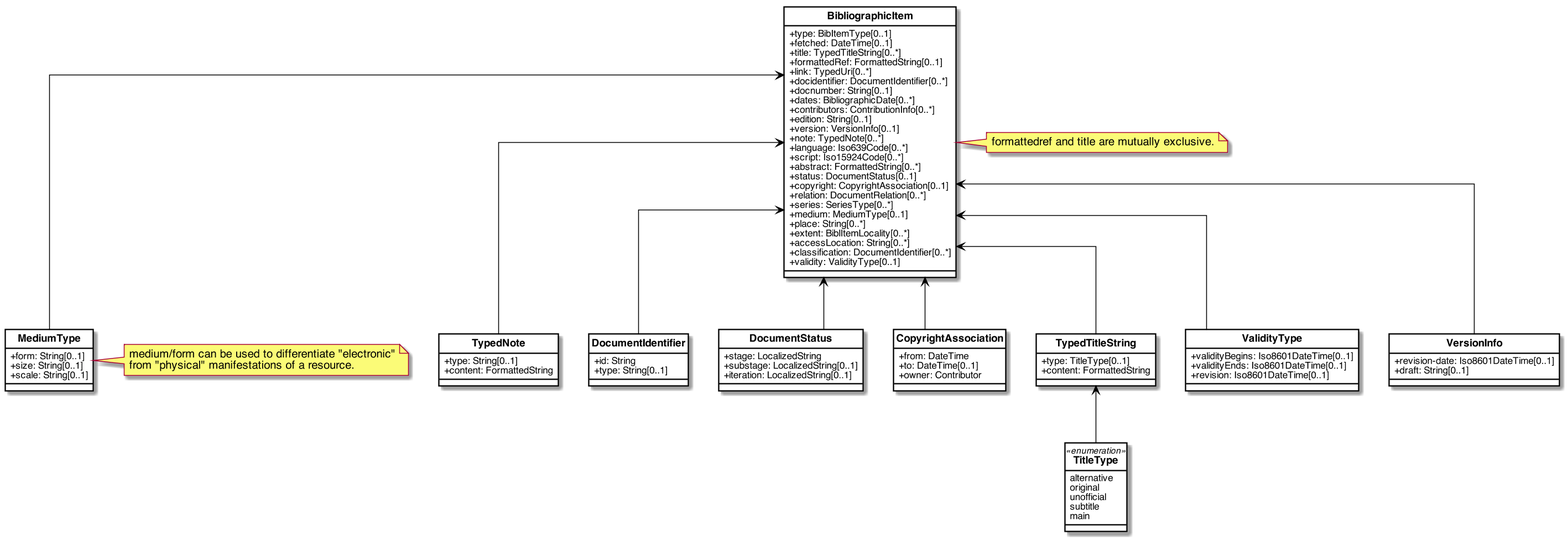
Before: images/RelBib_BibliographicItem.png, a diagram exported from PlantUML (relaton/relaton-models).
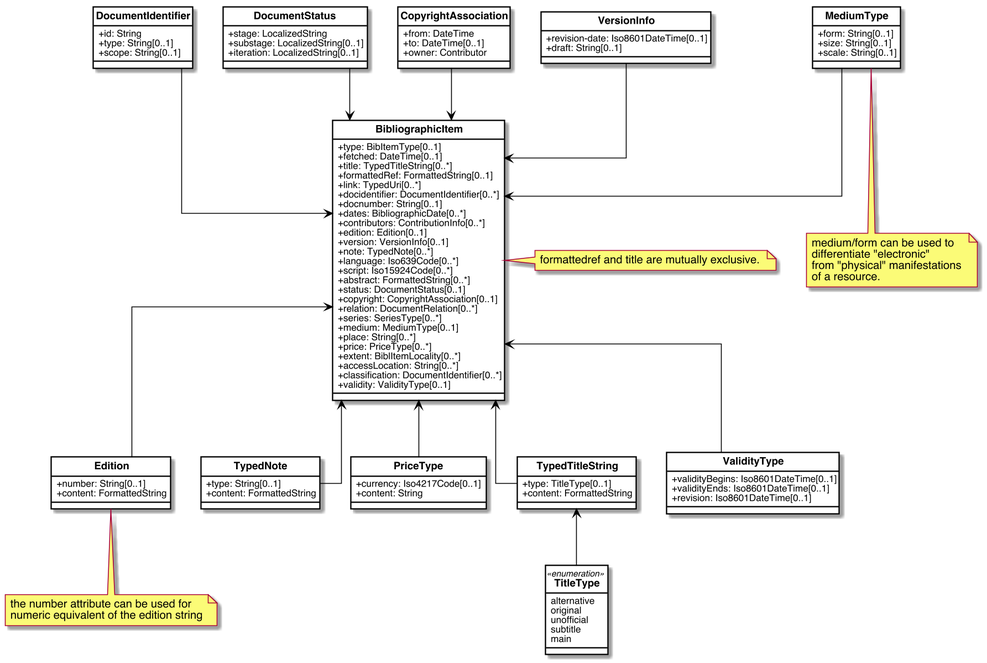
The same diagram one commit later.

What changed in the source:
```diff
@@ -51,7 +51,7 @@
     +docnumber: String[0..1]
     +dates: BibliographicDate[0..*]
     +contributors: ContributionInfo[0..*]
-    +edition: String[0..1]
+    +edition: Edition[0..1]
     +version: VersionInfo[0..1]
     +note: TypedNote[0..*]
     +language: Iso639Code[0..*]
@@ -63,10 +63,16 @@
     +series: SeriesType[0..*]
     +medium: MediumType[0..1]
     +place: String[0..*]
+    +price: PriceType[0..*]
     +extent: BiblItemLocality[0..*]
     +accessLocation: String[0..*]
     +classification: DocumentIdentifier[0..*]
     +validity: ValidityType[0..1]
+}
+
+class Edition{
+    +number: String[0..1]
+    +content: FormattedString
 }
 
 class TypedNote{
@@ -77,6 +83,7 @@
 class DocumentIdentifier{
     +id: String
     +type: String[0..1]
+    +scope: String[0..1]
 }
 
 class DocumentStatus{
@@ -95,6 +102,11 @@
     +form: String[0..1]
     +size: String[0..1]
     +scale: String[0..1]
+}
+
+class PriceType{
+    +currency: Iso4217Code[0..1]
+    +content: String
 }
 
 class TypedTitleString{
@@ -122,17 +134,20 @@
 }
 
 note right of BibliographicItem: formattedref and title are mutually exclusive.
-note right of MediumType: medium/form can be used to differentiate "electronic"\nfrom "physical" manifestations of a resource.
+note bottom of MediumType: medium/form can be used to\ndifferentiate "electronic"\nfrom "physical" manifestations\nof a resource.
+note bottom of Edition: the number attribute can be used for\nnumeric equivalent of the edition string
 
 
-BibliographicItem <-- DocumentIdentifier
-BibliographicItem <-- DocumentStatus
-BibliographicItem <-- CopyrightAssociation
-BibliographicItem <-- MediumType
+DocumentIdentifier --> BibliographicItem
+DocumentStatus --> BibliographicItem
+CopyrightAssociation --> BibliographicItem
+MediumType --> BibliographicItem
+VersionInfo --> BibliographicItem
 BibliographicItem <-- TypedTitleString
 BibliographicItem <-- ValidityType
-BibliographicItem <-- VersionInfo
 BibliographicItem <-- TypedNote
+BibliographicItem <-- Edition
+BibliographicItem <-- PriceType
 
 TypedTitleString <-- TitleType
 
```
